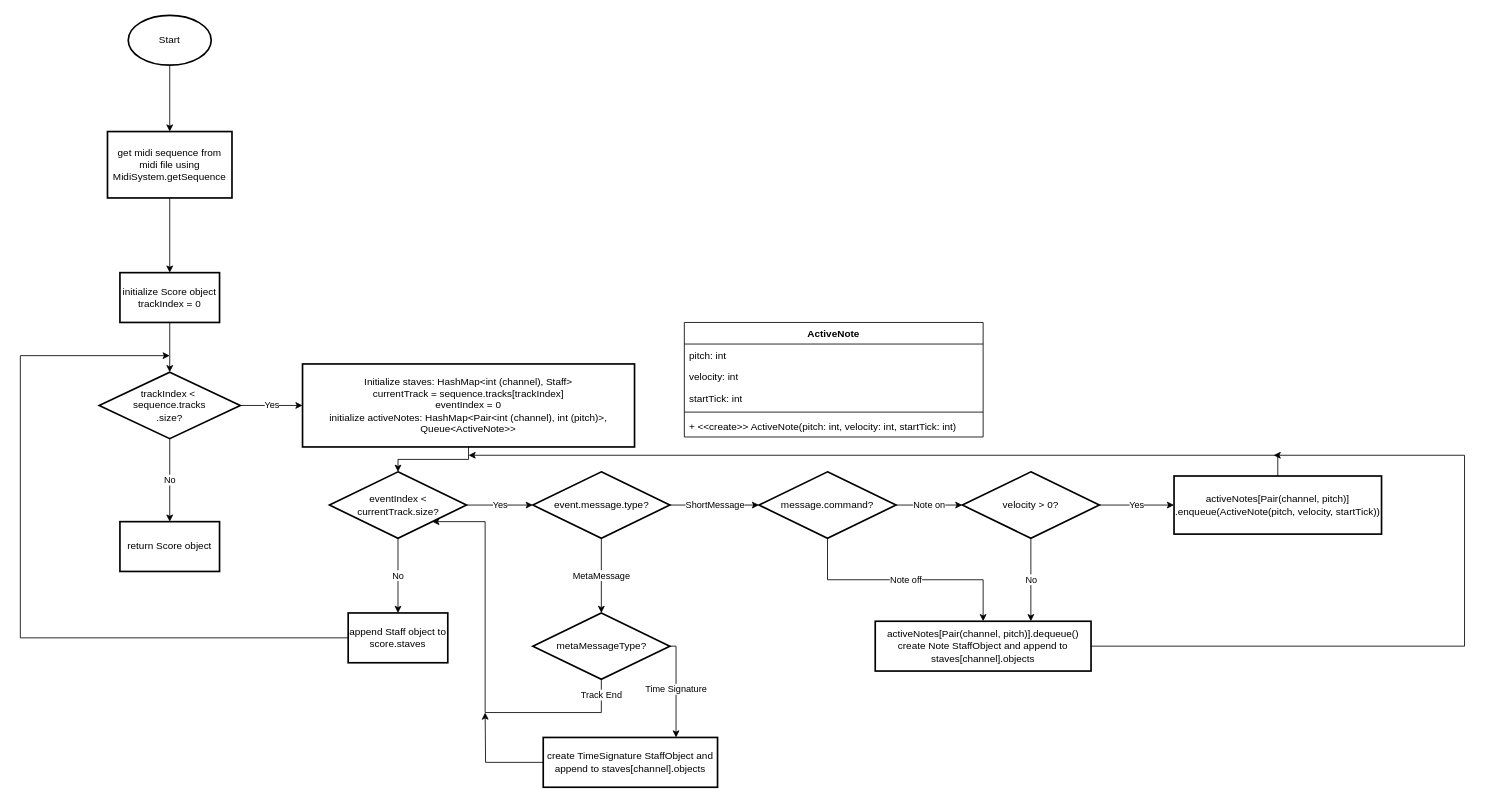
Earlier version of the draw.io diagram docs/flowcharts/4 midi parse algorithm.drawio (Bingergie/midi2musicxml). Source tidied: cells renumbered, new cells numbered last; positions are measured from the earlier drawing's top-left corner, leaving out a move shared by most shapes. Both pictures are drawn from the tidied source at 83%, with x=0, y=0 at pixel (20, 15).
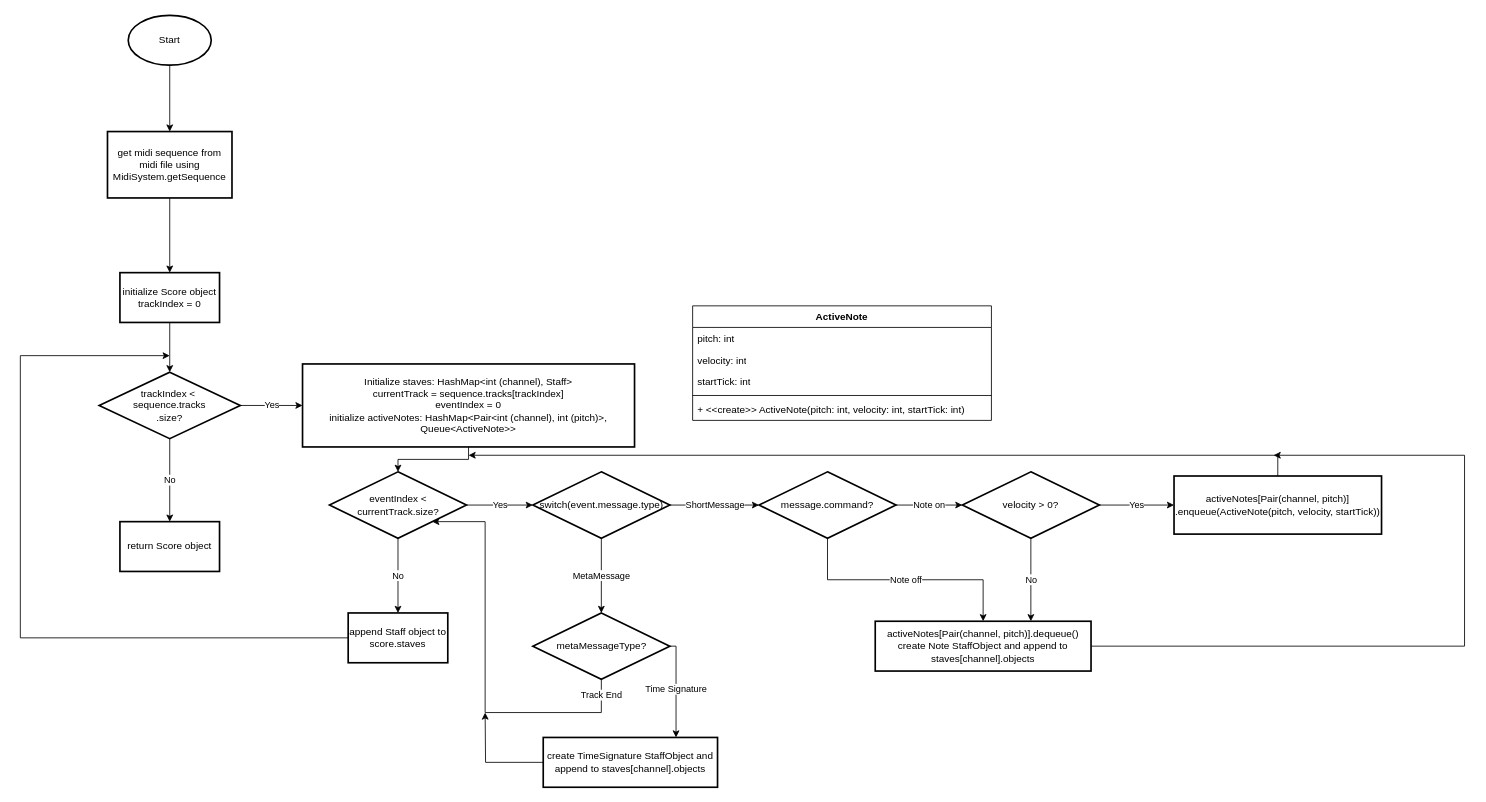
Above is the later version.

Change to the diagram source:
```diff
@@
-    <mxCell id="21" value="&lt;div&gt;event.message.type?&lt;/div&gt;" style="rhombus;whiteSpace=wrap;html=1;strokeWidth=2;" parent="1" vertex="1">
+    <mxCell id="21" value="&lt;div&gt;switch(event.message.type)&lt;/div&gt;" style="rhombus;whiteSpace=wrap;html=1;strokeWidth=2;" parent="1" vertex="1">
       <mxGeometry x="617.5" y="550" width="165" height="80" as="geometry" />
     </mxCell>
@@
     <mxCell id="35" value="ActiveNote" style="swimlane;fontStyle=1;align=center;verticalAlign=top;horizontal=1;startSize=26;whiteSpace=wrap;html=1;" parent="1" vertex="1">
-      <mxGeometry x="800" y="370" width="360" height="138" as="geometry" />
+      <mxGeometry x="810" y="350" width="360" height="138" as="geometry" />
     </mxCell>
```
